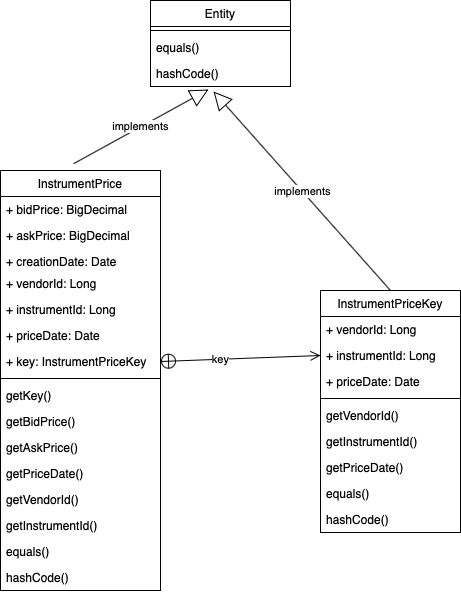
Above: images/entity-model.png in kishorechk/vendor-price-aggregator (draw.io), before the change. Source tidied: cells renumbered, new cells last; positions are measured from the earlier drawing's top-left corner, leaving out a move shared by most shapes.
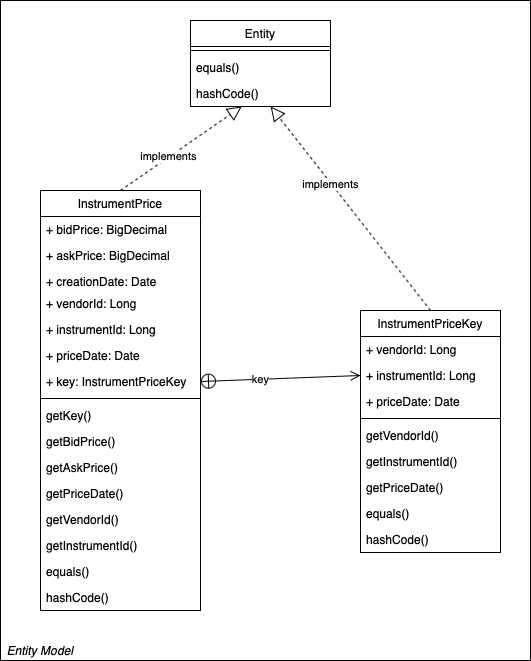
The same diagram one commit later.

Commit message:
added entity diagram

The edit, as a diff of the source:
```diff
@@ -2,6 +2,9 @@
   <root>
     <mxCell id="0" />
     <mxCell id="1" parent="0" />
+    <mxCell id="37" style="rounded=0;whiteSpace=wrap;html=1;" parent="1" vertex="1">
+      <mxGeometry x="-40" y="-20" width="530" height="660" as="geometry" />
+    </mxCell>
     <mxCell id="2" value="InstrumentPrice" style="swimlane;fontStyle=0;horizontal=1;startSize=26;fillColor=none;" parent="1" vertex="1">
       <mxGeometry y="170" width="160" height="420" as="geometry" />
     </mxCell>
@@ -83,12 +86,6 @@
     <mxCell id="28" value="hashCode()" style="text;strokeColor=none;fillColor=none;align=left;verticalAlign=top;spacingLeft=4;spacingRight=4;overflow=hidden;" parent="19" vertex="1">
       <mxGeometry y="216" width="140" height="26" as="geometry" />
     </mxCell>
-    <mxCell id="29" value="implements" style="endArrow=block;endSize=16;endFill=0;html=1;entryX=0.414;entryY=1.115;entryDx=0;entryDy=0;exitX=0.456;exitY=-0.016;exitDx=0;exitDy=0;exitPerimeter=0;entryPerimeter=0;" parent="1" edge="1" source="2" target="34">
-      <mxGeometry relative="1" as="geometry" />
-    </mxCell>
-    <mxCell id="30" value="implements" style="endArrow=block;endSize=16;endFill=0;html=1;exitX=0.5;exitY=0;exitDx=0;exitDy=0;entryX=0.45;entryY=1.192;entryDx=0;entryDy=0;entryPerimeter=0;" parent="1" edge="1" source="19" target="34">
-      <mxGeometry relative="1" as="geometry" />
-    </mxCell>
     <mxCell id="31" value="Entity" style="swimlane;fontStyle=0;horizontal=1;startSize=26;fillColor=none;" parent="1" vertex="1">
       <mxGeometry x="150" width="140" height="86" as="geometry" />
     </mxCell>
@@ -107,5 +104,20 @@
     <mxCell id="36" value="key" style="edgeLabel;html=1;align=center;verticalAlign=middle;" parent="35" vertex="1">
       <mxGeometry x="-0.25" relative="1" as="geometry" />
     </mxCell>
+    <mxCell id="29" style="endArrow=block;dashed=1;endFill=0;endSize=12;html=1;exitX=0.5;exitY=0;exitDx=0;exitDy=0;" parent="1" edge="1" source="2" target="34">
+      <mxGeometry relative="1" as="geometry" />
+    </mxCell>
+    <mxCell id="38" value="implements" style="edgeLabel;html=1;align=center;verticalAlign=middle;" parent="29" vertex="1">
+      <mxGeometry x="-0.2" y="1" relative="1" as="geometry" />
+    </mxCell>
+    <mxCell id="30" style="endArrow=block;dashed=1;endFill=0;endSize=12;html=1;exitX=0.5;exitY=0;exitDx=0;exitDy=0;" parent="1" edge="1" source="19" target="34">
+      <mxGeometry relative="1" as="geometry" />
+    </mxCell>
+    <mxCell id="39" value="implements" style="edgeLabel;html=1;align=center;verticalAlign=middle;" parent="30" vertex="1">
+      <mxGeometry x="0.25" y="1" relative="1" as="geometry" />
+    </mxCell>
+    <mxCell id="40" value="Entity Model" style="text;html=1;strokeColor=none;fillColor=none;align=center;verticalAlign=middle;whiteSpace=wrap;rounded=0;fontStyle=2;" parent="1" vertex="1">
+      <mxGeometry x="-40" y="620" width="80" height="20" as="geometry" />
+    </mxCell>
   </root>
 </mxGraphModel>
```
